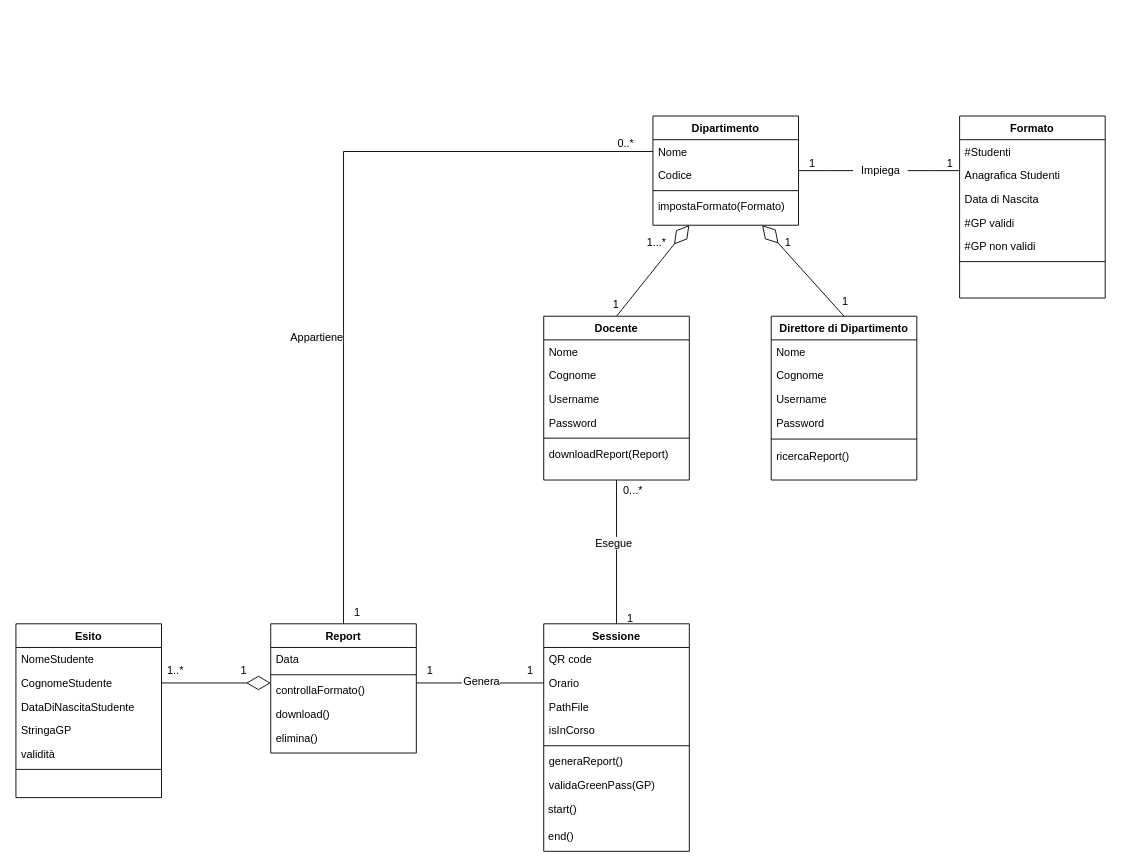
Alberto-00/EasyPass keeps this draw.io diagram as Documentazione/Resources/Class Diagram/Class Diagram.drawio. Above is the earlier version. Source tidied: cells renumbered, new cells numbered last; positions are measured from the earlier drawing's top-left corner, leaving out a move shared by most shapes. Both pictures are drawn from the tidied source at 91%, with x=0, y=0 at pixel (15, 116).
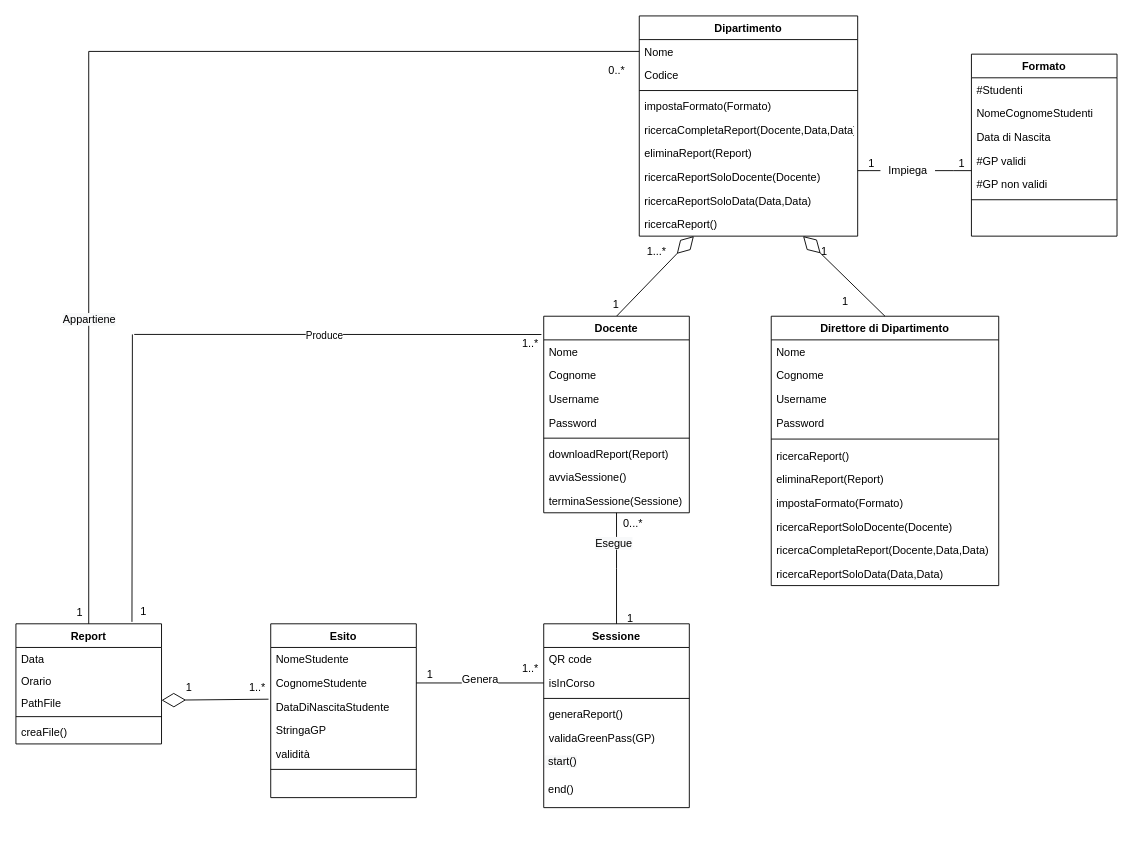
The same diagram, later.

The change refers to these unchanged cells:
```xml
<mxCell id="44" value="DataDiNascitaStudente" style="text;align=left;verticalAlign=top;spacingLeft=4;spacingRight=4;overflow=hidden;points=[[0,0.5],[1,0.5]];portConstraint=eastwest;" parent="41" vertex="1">
  <mxGeometry y="78" width="160" height="26" as="geometry" />
</mxCell>
```

The edit, as a diff of the source:
```diff
@@
     <mxCell id="2" value="Dipartimento" style="swimlane;fontStyle=1;align=center;verticalAlign=top;horizontal=1;startSize=26;rounded=0;shadow=0;strokeWidth=1;" parent="1" vertex="1">
-      <mxGeometry x="700" width="160" height="120" as="geometry" />
+      <mxGeometry x="685" y="-110" width="240" height="242" as="geometry" />
     </mxCell>
     <mxCell id="3" value="Nome" style="text;align=left;verticalAlign=top;spacingLeft=4;spacingRight=4;overflow=hidden;points=[[0,0.5],[1,0.5]];portConstraint=eastwest;" parent="2" vertex="1">
-      <mxGeometry y="26" width="160" height="26" as="geometry" />
+      <mxGeometry y="26" width="240" height="26" as="geometry" />
     </mxCell>
     <mxCell id="4" value="Codice" style="text;align=left;verticalAlign=top;spacingLeft=4;spacingRight=4;overflow=hidden;rounded=0;shadow=0;html=0;" parent="2" vertex="1">
-      <mxGeometry y="52" width="160" height="26" as="geometry" />
+      <mxGeometry y="52" width="240" height="26" as="geometry" />
     </mxCell>
     <mxCell id="5" style="line;html=1;strokeWidth=1;align=left;verticalAlign=middle;spacingTop=-1;spacingLeft=3;spacingRight=3;labelPosition=right;" parent="2" vertex="1">
-      <mxGeometry y="78" width="160" height="8" as="geometry" />
+      <mxGeometry y="78" width="240" height="8" as="geometry" />
     </mxCell>
     <mxCell id="6" value="impostaFormato(Formato)" style="text;align=left;verticalAlign=top;spacingLeft=4;spacingRight=4;overflow=hidden;rounded=0;shadow=0;html=0;" parent="2" vertex="1">
-      <mxGeometry y="86" width="160" height="26" as="geometry" />
+      <mxGeometry y="86" width="240" height="26" as="geometry" />
     </mxCell>
+    <mxCell id="80" value="ricercaCompletaReport(Docente,Data,Data)" style="text;align=left;verticalAlign=top;spacingLeft=4;spacingRight=4;overflow=hidden;rounded=0;shadow=0;html=0;" parent="2" vertex="1">
+      <mxGeometry y="112" width="240" height="26" as="geometry" />
+    </mxCell>
+    <mxCell id="81" value="eliminaReport(Report)" style="text;align=left;verticalAlign=top;spacingLeft=4;spacingRight=4;overflow=hidden;rounded=0;shadow=0;html=0;" parent="2" vertex="1">
+      <mxGeometry y="138" width="240" height="26" as="geometry" />
+    </mxCell>
+    <mxCell id="82" value="ricercaReportSoloDocente(Docente)" style="text;align=left;verticalAlign=top;spacingLeft=4;spacingRight=4;overflow=hidden;rounded=0;shadow=0;html=0;" parent="2" vertex="1">
+      <mxGeometry y="164" width="240" height="26" as="geometry" />
+    </mxCell>
+    <mxCell id="83" value="ricercaReportSoloData(Data,Data)" style="text;align=left;verticalAlign=top;spacingLeft=4;spacingRight=4;overflow=hidden;rounded=0;shadow=0;html=0;" parent="2" vertex="1">
+      <mxGeometry y="190" width="240" height="26" as="geometry" />
+    </mxCell>
+    <mxCell id="84" value="ricercaReport()" style="text;align=left;verticalAlign=top;spacingLeft=4;spacingRight=4;overflow=hidden;rounded=0;shadow=0;html=0;" parent="2" vertex="1">
+      <mxGeometry y="216" width="240" height="26" as="geometry" />
+    </mxCell>
     <mxCell id="7" value="Direttore di Dipartimento" style="swimlane;fontStyle=1;align=center;verticalAlign=top;horizontal=1;startSize=26;rounded=0;shadow=0;strokeWidth=1;fontColor=#000000;" parent="1" vertex="1">
-      <mxGeometry x="830" y="220" width="160" height="180" as="geometry" />
+      <mxGeometry x="830" y="220" width="250" height="296" as="geometry" />
     </mxCell>
     <mxCell id="8" value="Nome" style="text;align=left;verticalAlign=top;spacingLeft=4;spacingRight=4;overflow=hidden;" parent="7" vertex="1">
-      <mxGeometry y="26" width="160" height="26" as="geometry" />
+      <mxGeometry y="26" width="250" height="26" as="geometry" />
     </mxCell>
     <mxCell id="9" value="Cognome" style="text;align=left;verticalAlign=top;spacingLeft=4;spacingRight=4;overflow=hidden;" parent="7" vertex="1">
-      <mxGeometry y="52" width="160" height="26" as="geometry" />
+      <mxGeometry y="52" width="250" height="26" as="geometry" />
     </mxCell>
     <mxCell id="10" value="Username" style="text;align=left;verticalAlign=top;spacingLeft=4;spacingRight=4;overflow=hidden;" parent="7" vertex="1">
-      <mxGeometry y="78" width="160" height="26" as="geometry" />
+      <mxGeometry y="78" width="250" height="26" as="geometry" />
     </mxCell>
     <mxCell id="11" value="Password" style="text;align=left;verticalAlign=top;spacingLeft=4;spacingRight=4;overflow=hidden;" parent="7" vertex="1">
-      <mxGeometry y="104" width="160" height="26" as="geometry" />
+      <mxGeometry y="104" width="250" height="26" as="geometry" />
     </mxCell>
     <mxCell id="12" style="line;html=1;strokeWidth=1;align=left;verticalAlign=middle;spacingTop=-1;spacingLeft=3;spacingRight=3;labelPosition=right;" parent="7" vertex="1">
-      <mxGeometry y="130" width="160" height="10" as="geometry" />
+      <mxGeometry y="130" width="250" height="10" as="geometry" />
     </mxCell>
     <mxCell id="13" value="ricercaReport()" style="text;align=left;verticalAlign=top;spacingLeft=4;spacingRight=4;overflow=hidden;" parent="7" vertex="1">
-      <mxGeometry y="140" width="160" height="26" as="geometry" />
+      <mxGeometry y="140" width="250" height="26" as="geometry" />
     </mxCell>
+    <mxCell id="85" value="eliminaReport(Report)" style="text;align=left;verticalAlign=top;spacingLeft=4;spacingRight=4;overflow=hidden;rounded=0;shadow=0;html=0;" parent="7" vertex="1">
+      <mxGeometry y="166" width="250" height="26" as="geometry" />
+    </mxCell>
+    <mxCell id="86" value="impostaFormato(Formato)" style="text;align=left;verticalAlign=top;spacingLeft=4;spacingRight=4;overflow=hidden;rounded=0;shadow=0;html=0;" parent="7" vertex="1">
+      <mxGeometry y="192" width="250" height="26" as="geometry" />
+    </mxCell>
+    <mxCell id="87" value="ricercaReportSoloDocente(Docente)" style="text;align=left;verticalAlign=top;spacingLeft=4;spacingRight=4;overflow=hidden;rounded=0;shadow=0;html=0;" parent="7" vertex="1">
+      <mxGeometry y="218" width="250" height="26" as="geometry" />
+    </mxCell>
+    <mxCell id="88" value="ricercaCompletaReport(Docente,Data,Data)" style="text;align=left;verticalAlign=top;spacingLeft=4;spacingRight=4;overflow=hidden;rounded=0;shadow=0;html=0;" parent="7" vertex="1">
+      <mxGeometry y="244" width="250" height="26" as="geometry" />
+    </mxCell>
+    <mxCell id="89" value="ricercaReportSoloData(Data,Data)" style="text;align=left;verticalAlign=top;spacingLeft=4;spacingRight=4;overflow=hidden;rounded=0;shadow=0;html=0;" parent="7" vertex="1">
+      <mxGeometry y="270" width="250" height="26" as="geometry" />
+    </mxCell>
     <mxCell id="14" value="Formato" style="swimlane;fontStyle=1;align=center;verticalAlign=top;horizontal=1;startSize=26;rounded=0;shadow=0;strokeWidth=1;fontColor=#000000;" parent="1" vertex="1">
-      <mxGeometry x="1037" width="160" height="200" as="geometry" />
+      <mxGeometry x="1050" y="-68" width="160" height="200" as="geometry" />
     </mxCell>
@@
-    <mxCell id="16" value="Anagrafica Studenti" style="text;align=left;verticalAlign=top;spacingLeft=4;spacingRight=4;overflow=hidden;rounded=0;shadow=0;html=0;" parent="14" vertex="1">
+    <mxCell id="16" value="NomeCognomeStudenti" style="text;align=left;verticalAlign=top;spacingLeft=4;spacingRight=4;overflow=hidden;rounded=0;shadow=0;html=0;" parent="14" vertex="1">
       <mxGeometry y="52" width="160" height="26" as="geometry" />
     </mxCell>
@@
     <mxCell id="25" value="Sessione" style="swimlane;fontStyle=1;align=center;verticalAlign=top;horizontal=1;startSize=26;rounded=0;shadow=0;strokeWidth=1;" parent="1" vertex="1">
-      <mxGeometry x="580" y="558" width="160" height="250" as="geometry" />
+      <mxGeometry x="580" y="558" width="160" height="202" as="geometry" />
     </mxCell>
@@
-    <mxCell id="27" value="Orario" style="text;align=left;verticalAlign=top;spacingLeft=4;spacingRight=4;overflow=hidden;rounded=0;shadow=0;html=0;" parent="25" vertex="1">
-      <mxGeometry y="52" width="160" height="26" as="geometry" />
-    </mxCell>
-    <mxCell id="28" value="PathFile" style="text;align=left;verticalAlign=top;spacingLeft=4;spacingRight=4;overflow=hidden;rounded=0;shadow=0;html=0;" parent="25" vertex="1">
-      <mxGeometry y="78" width="160" height="26" as="geometry" />
-    </mxCell>
     <mxCell id="29" value="isInCorso" style="text;align=left;verticalAlign=top;spacingLeft=4;spacingRight=4;overflow=hidden;rounded=0;shadow=0;html=0;" parent="25" vertex="1">
-      <mxGeometry y="104" width="160" height="26" as="geometry" />
+      <mxGeometry y="52" width="160" height="26" as="geometry" />
     </mxCell>
     <mxCell id="30" style="line;html=1;strokeWidth=1;align=left;verticalAlign=middle;spacingTop=-1;spacingLeft=3;spacingRight=3;labelPosition=right;" parent="25" vertex="1">
-      <mxGeometry y="130" width="160" height="8" as="geometry" />
+      <mxGeometry y="78" width="160" height="8" as="geometry" />
     </mxCell>
     <mxCell id="31" value="generaReport()" style="text;align=left;verticalAlign=top;spacingLeft=4;spacingRight=4;overflow=hidden;fontStyle=0;" parent="25" vertex="1">
-      <mxGeometry y="138" width="160" height="26" as="geometry" />
+      <mxGeometry y="86" width="160" height="26" as="geometry" />
     </mxCell>
     <mxCell id="32" value="validaGreenPass(GP)" style="text;align=left;verticalAlign=top;spacingLeft=4;spacingRight=4;overflow=hidden;" parent="25" vertex="1">
-      <mxGeometry y="164" width="160" height="26" as="geometry" />
+      <mxGeometry y="112" width="160" height="26" as="geometry" />
     </mxCell>
     <mxCell id="33" value="&lt;span style=&quot;color: rgb(0 , 0 , 0) ; font-family: &amp;#34;helvetica&amp;#34; ; font-size: 12px ; font-style: normal ; font-weight: 400 ; letter-spacing: normal ; text-align: left ; text-indent: 0px ; text-transform: none ; word-spacing: 0px ; background-color: rgb(248 , 249 , 250) ; display: inline ; float: none&quot;&gt;&amp;nbsp;start()&lt;/span&gt;" style="text;whiteSpace=wrap;html=1;" parent="25" vertex="1">
-      <mxGeometry y="190" width="160" height="30" as="geometry" />
+      <mxGeometry y="138" width="160" height="30" as="geometry" />
     </mxCell>
     <mxCell id="34" value="&lt;span style=&quot;font-family: &amp;#34;helvetica&amp;#34;&quot;&gt;&amp;nbsp;end()&lt;/span&gt;" style="text;whiteSpace=wrap;html=1;" parent="25" vertex="1">
-      <mxGeometry y="220" width="160" height="30" as="geometry" />
+      <mxGeometry y="168" width="160" height="30" as="geometry" />
     </mxCell>
     <mxCell id="35" value="Report" style="swimlane;fontStyle=1;align=center;verticalAlign=top;horizontal=1;startSize=26;rounded=0;shadow=0;strokeWidth=1;" parent="1" vertex="1">
-      <mxGeometry x="280" y="558" width="160" height="142" as="geometry" />
+      <mxGeometry y="558" width="160" height="132" as="geometry" />
     </mxCell>
-    <mxCell id="36" value="Data" style="text;align=left;verticalAlign=top;spacingLeft=4;spacingRight=4;overflow=hidden;rounded=0;shadow=0;html=0;" parent="35" vertex="1">
-      <mxGeometry y="26" width="160" height="26" as="geometry" />
+    <mxCell id="36" value="Data&#10;&#10;" style="text;align=left;verticalAlign=top;spacingLeft=4;spacingRight=4;overflow=hidden;rounded=0;shadow=0;html=0;" parent="35" vertex="1">
+      <mxGeometry y="26" width="160" height="24" as="geometry" />
     </mxCell>
+    <mxCell id="27" value="Orario" style="text;align=left;verticalAlign=top;spacingLeft=4;spacingRight=4;overflow=hidden;rounded=0;shadow=0;html=0;" parent="35" vertex="1">
+      <mxGeometry y="50" width="160" height="24" as="geometry" />
+    </mxCell>
+    <mxCell id="28" value="PathFile&#10;" style="text;align=left;verticalAlign=top;spacingLeft=4;spacingRight=4;overflow=hidden;rounded=0;shadow=0;html=0;" parent="35" vertex="1">
+      <mxGeometry y="74" width="160" height="24" as="geometry" />
+    </mxCell>
     <mxCell id="37" style="line;html=1;strokeWidth=1;align=left;verticalAlign=middle;spacingTop=-1;spacingLeft=3;spacingRight=3;labelPosition=right;" parent="35" vertex="1">
-      <mxGeometry y="52" width="160" height="8" as="geometry" />
+      <mxGeometry y="98" width="160" height="8" as="geometry" />
     </mxCell>
-    <mxCell id="38" value="controllaFormato()" style="text;align=left;verticalAlign=top;spacingLeft=4;spacingRight=4;overflow=hidden;fontStyle=0;" parent="35" vertex="1">
-      <mxGeometry y="60" width="160" height="26" as="geometry" />
+    <mxCell id="38" value="creaFile()" style="text;align=left;verticalAlign=top;spacingLeft=4;spacingRight=4;overflow=hidden;fontStyle=0;" parent="35" vertex="1">
+      <mxGeometry y="106" width="160" height="26" as="geometry" />
     </mxCell>
-    <mxCell id="39" value="download()" style="text;align=left;verticalAlign=top;spacingLeft=4;spacingRight=4;overflow=hidden;" parent="35" vertex="1">
-      <mxGeometry y="86" width="160" height="26" as="geometry" />
-    </mxCell>
-    <mxCell id="40" value="elimina()" style="text;align=left;verticalAlign=top;spacingLeft=4;spacingRight=4;overflow=hidden;fontStyle=0;" parent="35" vertex="1">
-      <mxGeometry y="112" width="160" height="26" as="geometry" />
-    </mxCell>
     <mxCell id="41" value="Esito" style="swimlane;fontStyle=1;align=center;verticalAlign=top;horizontal=1;startSize=26;rounded=0;shadow=0;strokeWidth=1;fontColor=#000000;" parent="1" vertex="1">
-      <mxGeometry y="558" width="160" height="191" as="geometry" />
+      <mxGeometry x="280" y="558" width="160" height="191" as="geometry" />
     </mxCell>
@@
-    <mxCell id="52" style="endArrow=diamondThin;endFill=0;endSize=24;html=1;rounded=0;entryX=0;entryY=0.5;entryDx=0;entryDy=0;" parent="1" edge="1">
+    <mxCell id="52" style="endArrow=diamondThin;endFill=0;endSize=24;html=1;rounded=0;exitX=-0.015;exitY=0.186;exitDx=0;exitDy=0;exitPerimeter=0;" parent="1" edge="1" source="44">
       <mxGeometry relative="1" as="geometry">
-        <mxPoint x="160" y="623" as="sourcePoint" />
-        <mxPoint x="280" y="623" as="targetPoint" />
+        <mxPoint x="160" y="642" as="targetPoint" />
       </mxGeometry>
     </mxCell>
     <mxCell id="53" value="1...*" style="align=right;verticalAlign=bottom;labelBackgroundColor=none;fontSize=12;" parent="1" vertex="1">
-      <mxGeometry x="740" y="160" as="geometry">
+      <mxGeometry x="740" y="170" as="geometry">
         <mxPoint x="-24" y="-13" as="offset" />
       </mxGeometry>
     </mxCell>
     <mxCell id="54" value="1" style="align=right;verticalAlign=bottom;labelBackgroundColor=none;fontSize=12;" parent="1" vertex="1">
-      <mxGeometry x="880" y="150" as="geometry">
+      <mxGeometry x="920" y="160" as="geometry">
         <mxPoint x="-27" y="-3" as="offset" />
       </mxGeometry>
     </mxCell>
@@
-    <mxCell id="57" value="1" style="align=left;verticalAlign=bottom;labelBackgroundColor=none;fontSize=12;" parent="1" vertex="1">
-      <mxGeometry x="460" y="594" as="geometry">
-        <mxPoint x="-10" y="24" as="offset" />
-      </mxGeometry>
-    </mxCell>
     <mxCell id="58" value="Docente" style="swimlane;fontStyle=1;align=center;verticalAlign=top;horizontal=1;startSize=26;rounded=0;shadow=0;strokeWidth=1;" parent="1" vertex="1">
-      <mxGeometry x="580" y="220" width="160" height="180" as="geometry" />
+      <mxGeometry x="580" y="220" width="160" height="216" as="geometry" />
     </mxCell>
@@
+    <mxCell id="90" value="avviaSessione()" style="text;align=left;verticalAlign=top;spacingLeft=4;spacingRight=4;overflow=hidden;rounded=0;shadow=0;html=0;" parent="58" vertex="1">
+      <mxGeometry y="164" width="160" height="26" as="geometry" />
+    </mxCell>
+    <mxCell id="91" value="terminaSessione(Sessione)" style="text;align=left;verticalAlign=top;spacingLeft=4;spacingRight=4;overflow=hidden;rounded=0;shadow=0;html=0;" parent="58" vertex="1">
+      <mxGeometry y="190" width="160" height="26" as="geometry" />
+    </mxCell>
     <mxCell id="65" value="1..*" style="text;html=1;align=center;verticalAlign=middle;strokeColor=none;fillColor=none;" parent="1" vertex="1">
-      <mxGeometry x="160" y="600" width="30" height="20" as="geometry" />
+      <mxGeometry x="250" y="618" width="30" height="20" as="geometry" />
     </mxCell>
     <mxCell id="66" value="Impiega" style="text;html=1;align=center;verticalAlign=middle;points=[];strokeColor=none;fillColor=none;" parent="1" vertex="1">
-      <mxGeometry x="920" y="50" width="60" height="20" as="geometry" />
+      <mxGeometry x="950" y="50" width="60" height="20" as="geometry" />
     </mxCell>
@@
     <mxCell id="71" value="1" style="align=left;verticalAlign=bottom;labelBackgroundColor=none;fontSize=12;" parent="1" vertex="1">
-      <mxGeometry x="570" y="594" as="geometry">
+      <mxGeometry x="460" y="598" as="geometry">
         <mxPoint x="-10" y="24" as="offset" />
       </mxGeometry>
     </mxCell>
-    <mxCell id="72" style="endArrow=none;html=1;rounded=0;exitX=0.5;exitY=0;exitDx=0;exitDy=0;edgeStyle=orthogonalEdgeStyle;entryX=0;entryY=0.5;entryDx=0;entryDy=0;" parent="1" edge="1" source="35" target="3">
-      <mxGeometry relative="1" as="geometry" />
+    <mxCell id="72" style="endArrow=none;html=1;rounded=0;edgeStyle=orthogonalEdgeStyle;entryX=0;entryY=0.5;entryDx=0;entryDy=0;exitX=0.5;exitY=0;exitDx=0;exitDy=0;" parent="1" edge="1" source="35" target="3">
+      <mxGeometry relative="1" as="geometry">
+        <Array as="points">
+          <mxPoint x="80" y="-71" />
+        </Array>
+      </mxGeometry>
     </mxCell>
     <mxCell id="73" value="&lt;span style=&quot;color: rgb(0 , 0 , 0) ; font-family: &amp;#34;helvetica&amp;#34; ; font-size: 12px ; font-style: normal ; font-weight: 400 ; letter-spacing: normal ; text-align: center ; text-indent: 0px ; text-transform: none ; word-spacing: 0px ; background-color: rgb(248 , 249 , 250) ; display: inline ; float: none&quot;&gt;Appartiene&lt;br&gt;&lt;/span&gt;" style="text;whiteSpace=wrap;html=1;" parent="1" vertex="1">
-      <mxGeometry x="300" y="230" width="50" height="30" as="geometry" />
+      <mxGeometry x="50" y="210" width="50" height="30" as="geometry" />
     </mxCell>
     <mxCell id="74" value="0..*" style="text;html=1;align=center;verticalAlign=middle;strokeColor=none;fillColor=none;" parent="1" vertex="1">
-      <mxGeometry x="655" y="20" width="30" height="20" as="geometry" />
+      <mxGeometry x="645" y="-60" width="30" height="20" as="geometry" />
     </mxCell>
     <mxCell id="75" value="1" style="align=left;verticalAlign=bottom;labelBackgroundColor=none;fontSize=12;" parent="1" vertex="1">
-      <mxGeometry x="380" y="530" as="geometry">
+      <mxGeometry x="75" y="530" as="geometry">
         <mxPoint x="-10" y="24" as="offset" />
       </mxGeometry>
     </mxCell>
     <mxCell id="76" value="1" style="text;html=1;align=center;verticalAlign=middle;strokeColor=none;fillColor=none;" parent="1" vertex="1">
-      <mxGeometry x="240" y="600" width="20" height="20" as="geometry" />
+      <mxGeometry x="180" y="618" width="20" height="20" as="geometry" />
     </mxCell>
-    <mxCell id="77" style="endArrow=none;html=1;rounded=0;exitX=1;exitY=0.5;exitDx=0;exitDy=0;startArrow=none;" parent="1" edge="1" source="78">
+    <mxCell id="77" style="endArrow=none;html=1;rounded=0;exitX=1;exitY=0.5;exitDx=0;exitDy=0;startArrow=none;" parent="1" edge="1">
       <mxGeometry relative="1" as="geometry">
+        <mxPoint x="530" y="623" as="sourcePoint" />
         <mxPoint x="580" y="623" as="targetPoint" />
       </mxGeometry>
     </mxCell>
+    <mxCell id="79" style="endArrow=none;html=1;rounded=0;exitX=1;exitY=0.5;exitDx=0;exitDy=0;" parent="1" edge="1">
+      <mxGeometry relative="1" as="geometry">
+        <mxPoint x="440" y="623" as="sourcePoint" />
+        <mxPoint x="490" y="623" as="targetPoint" />
+      </mxGeometry>
+    </mxCell>
+    <mxCell id="92" value="1..*" style="text;html=1;align=center;verticalAlign=middle;strokeColor=none;fillColor=none;" parent="1" vertex="1">
+      <mxGeometry x="550" y="598" width="30" height="20" as="geometry" />
+    </mxCell>
-    <mxCell id="78" value="&lt;span style=&quot;color: rgb(0 , 0 , 0) ; font-family: &amp;#34;helvetica&amp;#34; ; font-size: 12px ; font-style: normal ; font-weight: 400 ; letter-spacing: normal ; text-align: center ; text-indent: 0px ; text-transform: none ; word-spacing: 0px ; background-color: rgb(248 , 249 , 250) ; display: inline ; float: none&quot;&gt;Genera&lt;/span&gt;" style="text;whiteSpace=wrap;html=1;" parent="1" vertex="1">
-      <mxGeometry x="490" y="608" width="40" height="30" as="geometry" />
+    <mxCell id="78" value="Genera" style="text;html=1;align=center;verticalAlign=middle;points=[];strokeColor=none;fillColor=none;" parent="1" vertex="1">
+      <mxGeometry x="480" y="610" width="60" height="20" as="geometry" />
     </mxCell>
-    <mxCell id="79" style="endArrow=none;html=1;rounded=0;exitX=1;exitY=0.5;exitDx=0;exitDy=0;" parent="1" edge="1" target="78">
-      <mxGeometry relative="1" as="geometry">
-        <mxPoint x="440" y="623" as="sourcePoint" />
-      </mxGeometry>
-    </mxCell>
+    <mxCell id="93" style="endArrow=none;html=1;rounded=0;exitX=0.797;exitY=-0.016;exitDx=0;exitDy=0;exitPerimeter=0;" parent="1" edge="1" source="35">
+      <mxGeometry relative="1" as="geometry">
+        <mxPoint x="128" y="240" as="targetPoint" />
+      </mxGeometry>
+    </mxCell>
+    <mxCell id="94" style="endArrow=none;html=1;rounded=0;exitX=-0.016;exitY=0.093;exitDx=0;exitDy=0;exitPerimeter=0;" parent="1" edge="1" source="58">
+      <mxGeometry relative="1" as="geometry">
+        <mxPoint x="130" y="240" as="targetPoint" />
+      </mxGeometry>
+    </mxCell>
+    <mxCell id="95" value="Produce" style="edgeLabel;html=1;align=center;verticalAlign=middle;" parent="94" vertex="1">
+      <mxGeometry x="0.07" y="1" relative="1" as="geometry" />
+    </mxCell>
+    <mxCell id="57" value="1" style="text;html=1;align=center;verticalAlign=middle;strokeColor=none;fillColor=none;" parent="1" vertex="1">
+      <mxGeometry x="130" y="535" width="20" height="20" as="geometry" />
+    </mxCell>
+    <mxCell id="96" value="1..*" style="text;html=1;align=center;verticalAlign=middle;strokeColor=none;fillColor=none;" parent="1" vertex="1">
+      <mxGeometry x="550" y="240" width="30" height="20" as="geometry" />
+    </mxCell>
```
